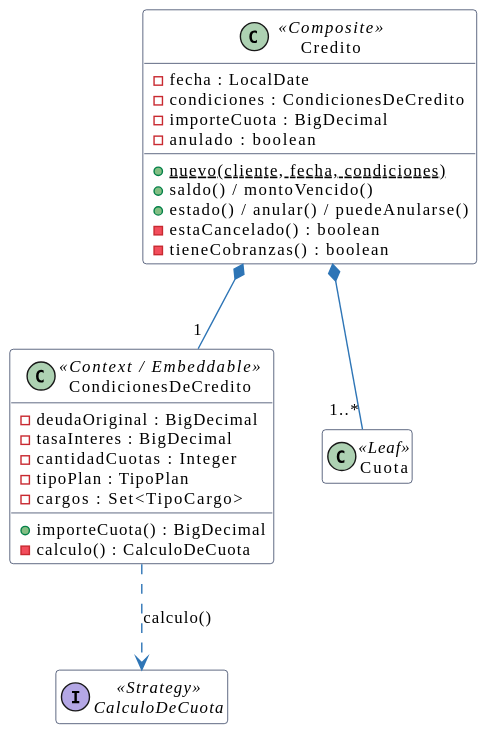
andreiveisuade/TPO-ProcesoDesarrolloSoftware-V4 keeps this PlantUML diagram as docs/reporte/puml/credito-despues.svg. Above is the earlier version. Its source is kept beside it as docs/reporte/puml/credito-despues.puml. The source it was exported from:
```plantuml
@startuml
skinparam shadowing false
skinparam defaultFontName Calibri
skinparam defaultFontSize 12
skinparam ClassBackgroundColor #FFFFFF
skinparam ClassBorderColor #1D2B4F
skinparam ClassHeaderBackgroundColor #FFFFFF
skinparam ArrowColor #2E75B6
skinparam NoteBackgroundColor #FFF8E1
skinparam NoteBorderColor #B38600
hide empty members
class Credito <<Composite>> {
  -fecha : LocalDate
  -condiciones : CondicionesDeCredito
  -importeCuota : BigDecimal
  -anulado : boolean
  +{static} nuevo(cliente, fecha, condiciones)
  +saldo() / montoVencido()
  +estado() / anular() / puedeAnularse()
  -estaCancelado() : boolean
  -tieneCobranzas() : boolean
}
class CondicionesDeCredito <<Context / Embeddable>> {
  -deudaOriginal : BigDecimal
  -tasaInteres : BigDecimal
  -cantidadCuotas : Integer
  -tipoPlan : TipoPlan
  -cargos : Set<TipoCargo>
  +importeCuota() : BigDecimal
  -calculo() : CalculoDeCuota
}
interface CalculoDeCuota <<Strategy>>
class Cuota <<Leaf>>
Credito *-- "1" CondicionesDeCredito
CondicionesDeCredito ..> CalculoDeCuota : calculo()
Credito *-- "1..*" Cuota
@enduml
```
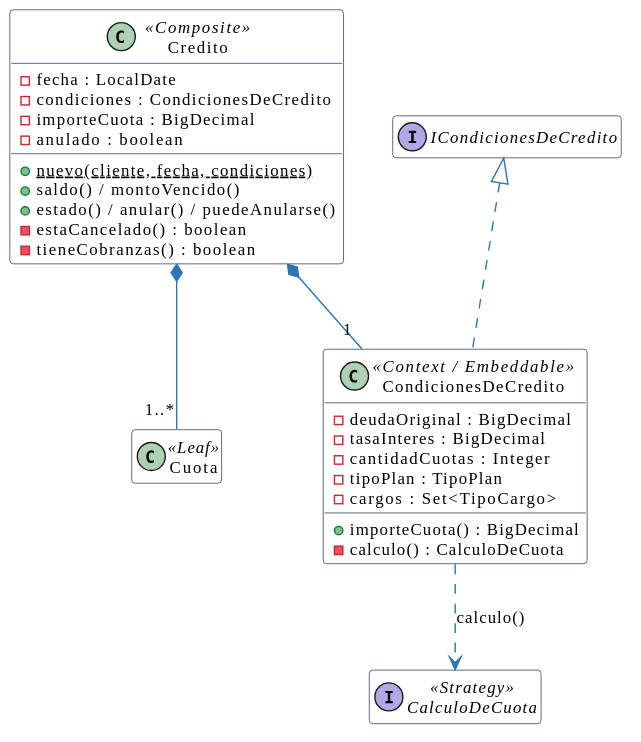
The same file after the commit.

Commit message:
ICondicionesDeCredito: ICredito expone la interfaz de las condiciones, como IPermisos

Change to the diagram source:
```diff
@@ -29,9 +29,11 @@
   +importeCuota() : BigDecimal
   -calculo() : CalculoDeCuota
 }
+interface ICondicionesDeCredito
 interface CalculoDeCuota <<Strategy>>
 class Cuota <<Leaf>>
 Credito *-- "1" CondicionesDeCredito
+ICondicionesDeCredito <|.. CondicionesDeCredito
 CondicionesDeCredito ..> CalculoDeCuota : calculo()
 Credito *-- "1..*" Cuota
 @enduml
```
